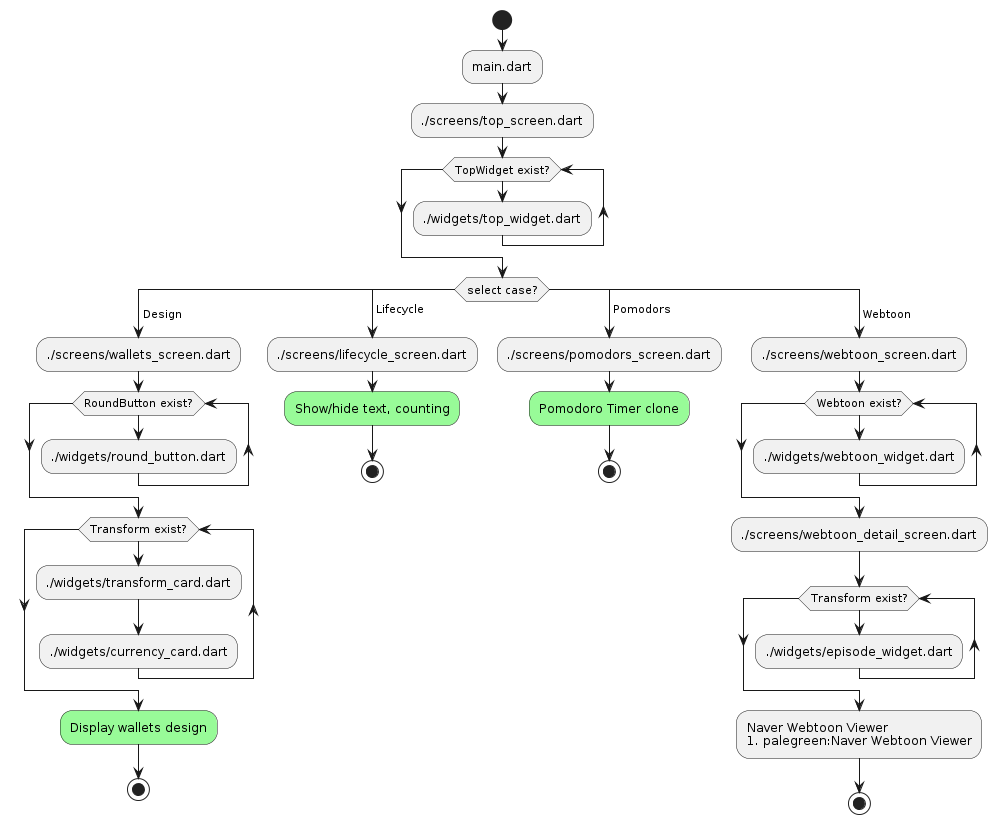
This is docs/flowchart.png from lifeisegg2k/flutter-toonfilx, a PlantUML export, as it was before one commit. Source of this version:
```plantuml
@startuml
start
:main.dart;
:./screens/top_screen.dart;
while(TopWidget exist?)
    :./widgets/top_widget.dart;
  endwhile
switch (select case?)
case ( Design )
  :./screens/wallets_screen.dart;
  while(RoundButton exist?)
    :./widgets/round_button.dart;
  endwhile
  while(Transform exist?)
    :./widgets/transform_card.dart;
    :./widgets/currency_card.dart;
  endwhile
  #palegreen:Display wallets design;
  stop
case ( Lifecycle )
  :./screens/lifecycle_screen.dart;
  #palegreen:Show/hide text, counting;
  stop
case ( Pomodors )
  :./screens/pomodors_screen.dart;
  #palegreen:Pomodoro Timer clone;
  stop
case ( Webtoon )
  :./screens/webtoon_screen.dart;
  while(Webtoon exist?)
    :./widgets/webtoon_widget.dart;
  endwhile
  :./screens/webtoon_detail_screen.dart;
  while(Transform exist?)
    :./widgets/episode_widget.dart;
  endwhile
  :Naver Webtoon Viewer
  #palegreen:Naver Webtoon Viewer;
  stop
@enduml
```
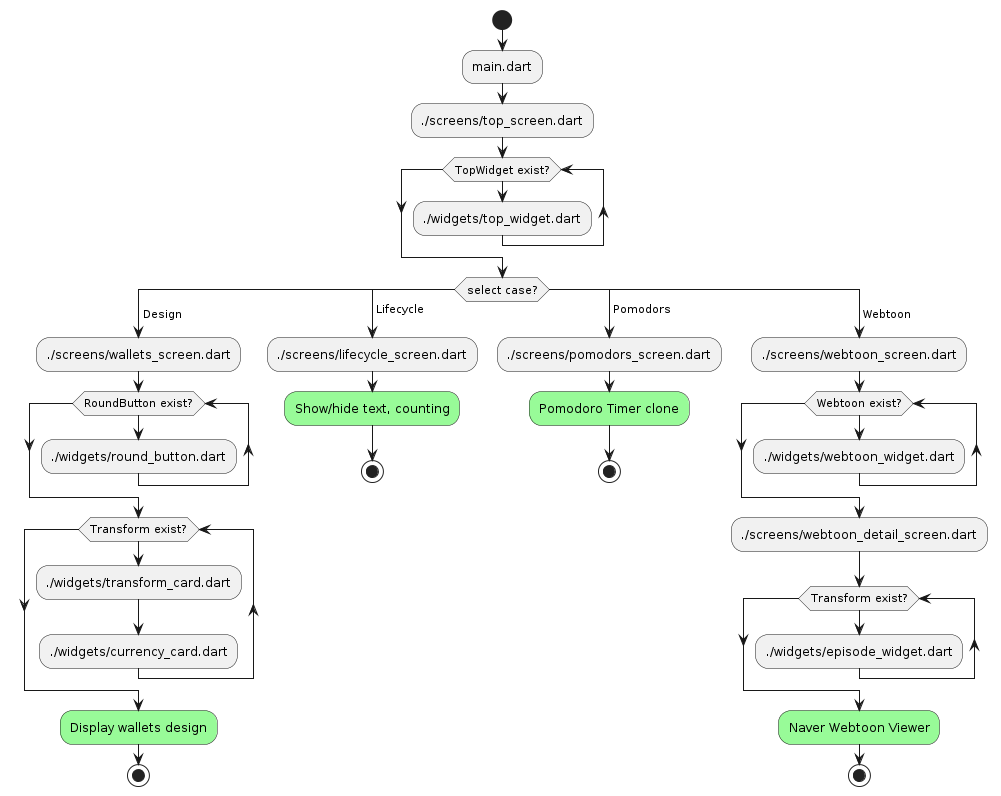
The same diagram one commit later.

What changed in the source:
```diff
@@ -34,7 +34,6 @@
   while(Transform exist?)
     :./widgets/episode_widget.dart;
   endwhile
-  :Naver Webtoon Viewer
   #palegreen:Naver Webtoon Viewer;
   stop
 @enduml
```
